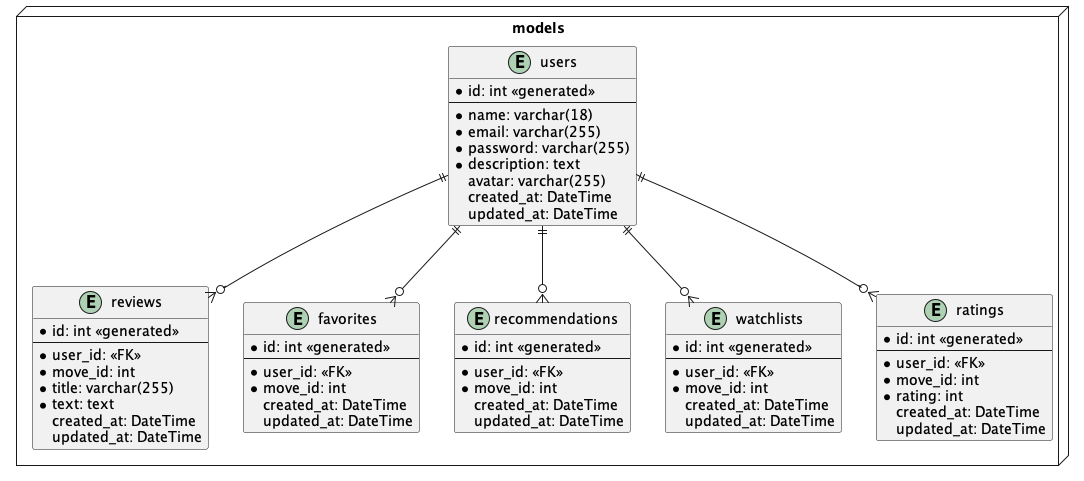
The PlantUML diagram Documentation/diagramms/erm.png in Maxiboy441/PixelPrime, before a commit. Its diagram source:
```plantuml
@startuml

package "models" <<Node>> {
    entity users {
        * id: int <<generated>>
        --
        * name: varchar(18)
        * email: varchar(255)
        * password: varchar(255)
        * description: text
        avatar: varchar(255)
        created_at: DateTime
        updated_at: DateTime
    }

    entity reviews {
        * id: int <<generated>>
        --
        * user_id: <<FK>>
        * move_id: int
        * title: varchar(255)
        * text: text
        created_at: DateTime
        updated_at: DateTime
    }

    entity favorites {
        * id: int <<generated>>
        --
        * user_id: <<FK>>
        * move_id: int
        created_at: DateTime
        updated_at: DateTime
    }

    entity recommendations {
        * id: int <<generated>>
        --
        * user_id: <<FK>>
        * move_id: int
        created_at: DateTime
        updated_at: DateTime
    }

    entity watchlists {
        * id: int <<generated>>
        --
        * user_id: <<FK>>
        * move_id: int
        created_at: DateTime
        updated_at: DateTime
    }

    entity ratings {
        * id: int <<generated>>
        --
        * user_id: <<FK>>
        * move_id: int
        * rating: int
        created_at: DateTime
        updated_at: DateTime
    }
}

users ||--o{ ratings
users ||--o{ reviews
users ||--o{ favorites
users ||--o{ watchlists
users ||--o{ recommendations

@enduml
```
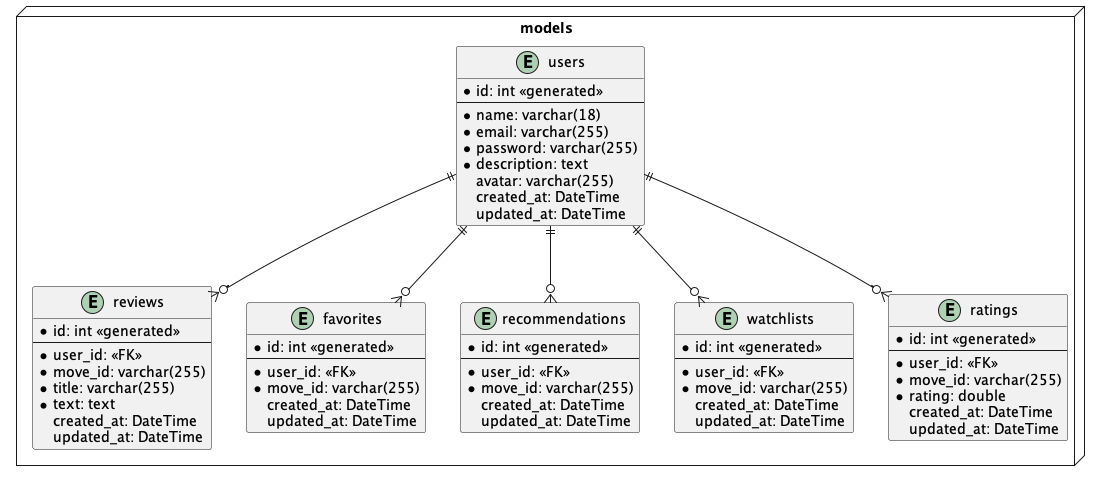
The same diagram one commit later.

Commit message:
update movie id to varchar in the erm diagram

The edit, as a diff of the source:
```diff
@@ -17,7 +17,7 @@
         * id: int <<generated>>
         --
         * user_id: <<FK>>
-        * move_id: int
+        * move_id: varchar(255)
         * title: varchar(255)
         * text: text
         created_at: DateTime
@@ -28,7 +28,7 @@
         * id: int <<generated>>
         --
         * user_id: <<FK>>
-        * move_id: int
+        * move_id: varchar(255)
         created_at: DateTime
         updated_at: DateTime
     }
@@ -37,7 +37,7 @@
         * id: int <<generated>>
         --
         * user_id: <<FK>>
-        * move_id: int
+        * move_id: varchar(255)
         created_at: DateTime
         updated_at: DateTime
     }
@@ -46,7 +46,7 @@
         * id: int <<generated>>
         --
         * user_id: <<FK>>
-        * move_id: int
+        * move_id: varchar(255)
         created_at: DateTime
         updated_at: DateTime
     }
@@ -55,8 +55,8 @@
         * id: int <<generated>>
         --
         * user_id: <<FK>>
-        * move_id: int
-        * rating: int
+        * move_id: varchar(255)
+        * rating: double
         created_at: DateTime
         updated_at: DateTime
     }
```
